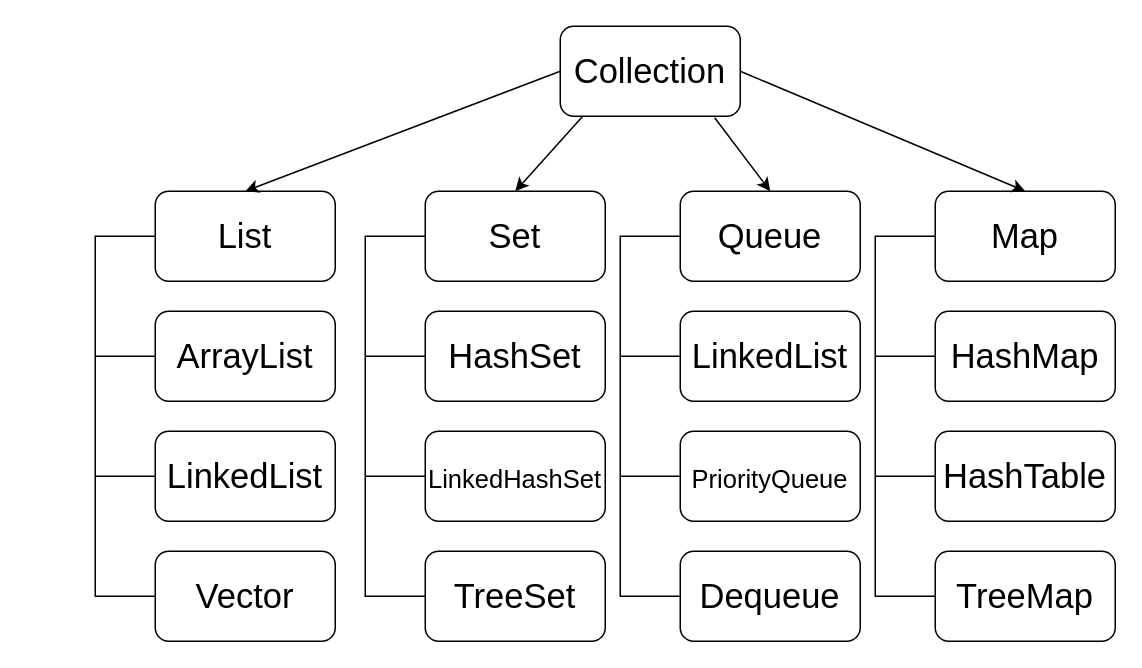
Above: InterfaceCollection.drawio in p000059/Diagrams (draw.io), before the change. Source tidied: cells renumbered, new cells numbered last; positions are measured from the earlier drawing's top-left corner, leaving out a move shared by most shapes. Both pictures are drawn from the tidied source at 150%, with x=0, y=0 at pixel (94, 26).
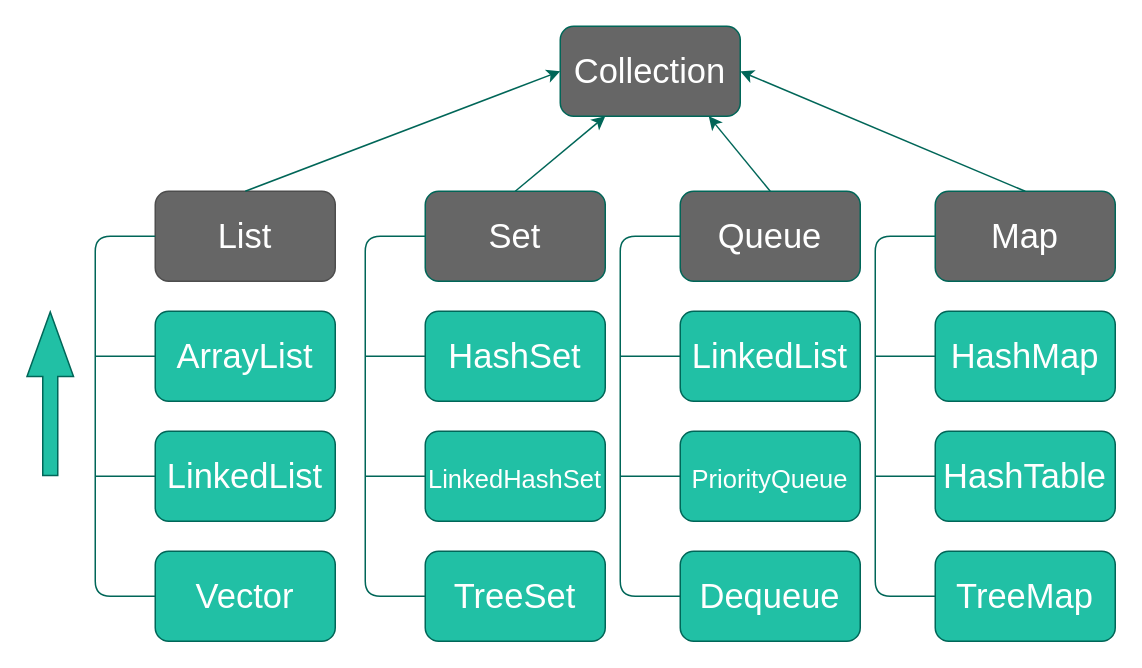
Above is the later version.

What changed in the source:
```diff
@@
-    <mxCell id="2" value="&lt;font style=&quot;font-size: 23px;&quot;&gt;Collection&lt;/font&gt;" style="rounded=1;whiteSpace=wrap;html=1;" parent="1" vertex="1">
+    <mxCell id="2" value="&lt;font color=&quot;#ffffff&quot; style=&quot;font-size: 23px;&quot;&gt;Collection&lt;/font&gt;" style="rounded=1;whiteSpace=wrap;html=1;fillColor=#666666;strokeColor=#006658;fontColor=#5C5C5C;" parent="1" vertex="1">
       <mxGeometry x="310" width="120" height="60" as="geometry" />
     </mxCell>
-    <mxCell id="3" value="List" style="rounded=1;whiteSpace=wrap;html=1;fontSize=23;" parent="1" vertex="1">
+    <mxCell id="3" value="&lt;font color=&quot;#ffffff&quot;&gt;List&lt;/font&gt;" style="rounded=1;whiteSpace=wrap;html=1;fontSize=23;fillColor=#666666;strokeColor=#4D4D4D;fontColor=#5C5C5C;" parent="1" vertex="1">
       <mxGeometry x="40" y="110" width="120" height="60" as="geometry" />
     </mxCell>
-    <mxCell id="4" value="Set" style="rounded=1;whiteSpace=wrap;html=1;fontSize=23;" parent="1" vertex="1">
+    <mxCell id="4" value="&lt;font color=&quot;#ffffff&quot;&gt;Set&lt;/font&gt;" style="rounded=1;whiteSpace=wrap;html=1;fontSize=23;fillColor=#666666;strokeColor=#006658;fontColor=#5C5C5C;" parent="1" vertex="1">
       <mxGeometry x="220" y="110" width="120" height="60" as="geometry" />
     </mxCell>
-    <mxCell id="5" value="Queue" style="rounded=1;whiteSpace=wrap;html=1;fontSize=23;" parent="1" vertex="1">
+    <mxCell id="5" value="&lt;font color=&quot;#ffffff&quot;&gt;Queue&lt;/font&gt;" style="rounded=1;whiteSpace=wrap;html=1;fontSize=23;fillColor=#666666;strokeColor=#006658;fontColor=#5C5C5C;" parent="1" vertex="1">
       <mxGeometry x="390" y="110" width="120" height="60" as="geometry" />
     </mxCell>
-    <mxCell id="6" value="Map" style="rounded=1;whiteSpace=wrap;html=1;fontSize=23;" parent="1" vertex="1">
+    <mxCell id="6" value="&lt;font color=&quot;#ffffff&quot;&gt;Map&lt;/font&gt;" style="rounded=1;whiteSpace=wrap;html=1;fontSize=23;fillColor=#666666;strokeColor=#006658;fontColor=#5C5C5C;" parent="1" vertex="1">
       <mxGeometry x="560" y="110" width="120" height="60" as="geometry" />
     </mxCell>
-    <mxCell id="7" style="endArrow=classic;html=1;rounded=0;fontSize=23;exitX=0;exitY=0.5;exitDx=0;exitDy=0;entryX=0.5;entryY=0;entryDx=0;entryDy=0;" parent="1" edge="1" source="2" target="3">
+    <mxCell id="7" style="endArrow=classic;html=1;rounded=1;fontSize=23;entryX=0;entryY=0.5;entryDx=0;entryDy=0;strokeColor=#006658;fontColor=#5C5C5C;exitX=0.5;exitY=0;exitDx=0;exitDy=0;" parent="1" edge="1" source="3" target="2">
       <mxGeometry relative="1" as="geometry" />
     </mxCell>
-    <mxCell id="8" style="endArrow=classic;html=1;rounded=0;fontSize=23;exitX=0.125;exitY=1;exitDx=0;exitDy=0;exitPerimeter=0;entryX=0.5;entryY=0;entryDx=0;entryDy=0;" parent="1" edge="1" source="2" target="4">
+    <mxCell id="8" style="endArrow=classic;html=1;rounded=1;fontSize=23;entryX=0.25;entryY=1;entryDx=0;entryDy=0;strokeColor=#006658;fontColor=#5C5C5C;exitX=0.5;exitY=0;exitDx=0;exitDy=0;" parent="1" edge="1" source="4" target="2">
       <mxGeometry relative="1" as="geometry" />
     </mxCell>
-    <mxCell id="9" style="endArrow=classic;html=1;rounded=0;fontSize=23;exitX=0.858;exitY=1.017;exitDx=0;exitDy=0;entryX=0.5;entryY=0;entryDx=0;entryDy=0;exitPerimeter=0;" parent="1" edge="1" source="2" target="5">
+    <mxCell id="9" style="endArrow=classic;html=1;rounded=1;fontSize=23;entryX=0.825;entryY=1;entryDx=0;entryDy=0;strokeColor=#006658;fontColor=#5C5C5C;entryPerimeter=0;exitX=0.5;exitY=0;exitDx=0;exitDy=0;" parent="1" edge="1" source="5" target="2">
       <mxGeometry relative="1" as="geometry" />
     </mxCell>
-    <mxCell id="10" style="endArrow=classic;html=1;rounded=0;fontSize=23;exitX=1;exitY=0.5;exitDx=0;exitDy=0;entryX=0.5;entryY=0;entryDx=0;entryDy=0;" parent="1" edge="1" source="2" target="6">
+    <mxCell id="10" style="endArrow=classic;html=1;rounded=1;fontSize=23;entryX=1;entryY=0.5;entryDx=0;entryDy=0;strokeColor=#006658;fontColor=#5C5C5C;exitX=0.5;exitY=0;exitDx=0;exitDy=0;" parent="1" edge="1" source="6" target="2">
       <mxGeometry relative="1" as="geometry" />
     </mxCell>
-    <mxCell id="11" value="ArrayList" style="rounded=1;whiteSpace=wrap;html=1;fontSize=23;" parent="1" vertex="1">
+    <mxCell id="11" value="&lt;font color=&quot;#ffffff&quot;&gt;ArrayList&lt;/font&gt;" style="rounded=1;whiteSpace=wrap;html=1;fontSize=23;fillColor=#21C0A5;strokeColor=#006658;fontColor=#5C5C5C;" parent="1" vertex="1">
       <mxGeometry x="40" y="190" width="120" height="60" as="geometry" />
     </mxCell>
-    <mxCell id="12" value="LinkedList" style="rounded=1;whiteSpace=wrap;html=1;fontSize=23;" parent="1" vertex="1">
+    <mxCell id="12" value="&lt;font color=&quot;#ffffff&quot;&gt;LinkedList&lt;/font&gt;" style="rounded=1;whiteSpace=wrap;html=1;fontSize=23;fillColor=#21C0A5;strokeColor=#006658;fontColor=#5C5C5C;" parent="1" vertex="1">
       <mxGeometry x="40" y="270" width="120" height="60" as="geometry" />
     </mxCell>
-    <mxCell id="13" value="Vector" style="rounded=1;whiteSpace=wrap;html=1;fontSize=23;" parent="1" vertex="1">
+    <mxCell id="13" value="&lt;font color=&quot;#ffffff&quot;&gt;Vector&lt;/font&gt;" style="rounded=1;whiteSpace=wrap;html=1;fontSize=23;fillColor=#21C0A5;strokeColor=#006658;fontColor=#5C5C5C;" parent="1" vertex="1">
       <mxGeometry x="40" y="350" width="120" height="60" as="geometry" />
     </mxCell>
-    <mxCell id="14" style="edgeStyle=orthogonalEdgeStyle;startArrow=none;endArrow=none;rounded=0;targetPortConstraint=eastwest;sourcePortConstraint=northsouth;fontSize=23;" parent="1" edge="1" target="13">
+    <mxCell id="14" style="edgeStyle=orthogonalEdgeStyle;startArrow=none;endArrow=none;rounded=1;targetPortConstraint=eastwest;sourcePortConstraint=northsouth;fontSize=23;strokeColor=#006658;fontColor=#5C5C5C;" parent="1" edge="1" target="13">
       <mxGeometry relative="1" as="geometry">
         <mxPoint x="40" y="140" as="sourcePoint" />
         <Array as="points">
           <mxPoint y="140" />
           <mxPoint y="380" />
         </Array>
       </mxGeometry>
     </mxCell>
-    <mxCell id="15" style="endArrow=none;html=1;rounded=0;fontSize=23;exitX=0;exitY=0.5;exitDx=0;exitDy=0;" parent="1" edge="1" source="11">
+    <mxCell id="15" style="endArrow=none;html=1;rounded=1;fontSize=23;exitX=0;exitY=0.5;exitDx=0;exitDy=0;strokeColor=#006658;fontColor=#5C5C5C;" parent="1" edge="1" source="11">
       <mxGeometry relative="1" as="geometry">
         <mxPoint y="220" as="targetPoint" />
       </mxGeometry>
     </mxCell>
-    <mxCell id="16" style="endArrow=none;html=1;rounded=0;fontSize=23;exitX=0;exitY=0.5;exitDx=0;exitDy=0;" parent="1" edge="1" source="12">
+    <mxCell id="16" style="endArrow=none;html=1;rounded=1;fontSize=23;exitX=0;exitY=0.5;exitDx=0;exitDy=0;strokeColor=#006658;fontColor=#5C5C5C;" parent="1" edge="1" source="12">
       <mxGeometry relative="1" as="geometry">
         <mxPoint y="300" as="targetPoint" />
       </mxGeometry>
     </mxCell>
-    <mxCell id="17" value="HashSet" style="rounded=1;whiteSpace=wrap;html=1;fontSize=23;" parent="1" vertex="1">
+    <mxCell id="17" value="&lt;font color=&quot;#ffffff&quot;&gt;HashSet&lt;/font&gt;" style="rounded=1;whiteSpace=wrap;html=1;fontSize=23;fillColor=#21C0A5;strokeColor=#006658;fontColor=#5C5C5C;" parent="1" vertex="1">
       <mxGeometry x="220" y="190" width="120" height="60" as="geometry" />
     </mxCell>
-    <mxCell id="18" value="&lt;font style=&quot;font-size: 17px;&quot;&gt;LinkedHashSet&lt;/font&gt;" style="rounded=1;whiteSpace=wrap;html=1;fontSize=23;" parent="1" vertex="1">
+    <mxCell id="18" value="&lt;font color=&quot;#ffffff&quot; style=&quot;font-size: 17px;&quot;&gt;LinkedHashSet&lt;/font&gt;" style="rounded=1;whiteSpace=wrap;html=1;fontSize=23;fillColor=#21C0A5;strokeColor=#006658;fontColor=#5C5C5C;" parent="1" vertex="1">
       <mxGeometry x="220" y="270" width="120" height="60" as="geometry" />
     </mxCell>
-    <mxCell id="19" value="&lt;font style=&quot;font-size: 23px;&quot;&gt;TreeSet&lt;/font&gt;" style="rounded=1;whiteSpace=wrap;html=1;fontSize=17;" parent="1" vertex="1">
+    <mxCell id="19" value="&lt;font color=&quot;#ffffff&quot; style=&quot;font-size: 23px;&quot;&gt;TreeSet&lt;/font&gt;" style="rounded=1;whiteSpace=wrap;html=1;fontSize=17;fillColor=#21C0A5;strokeColor=#006658;fontColor=#5C5C5C;" parent="1" vertex="1">
       <mxGeometry x="220" y="350" width="120" height="60" as="geometry" />
     </mxCell>
-    <mxCell id="20" style="edgeStyle=orthogonalEdgeStyle;startArrow=none;endArrow=none;rounded=0;targetPortConstraint=eastwest;sourcePortConstraint=northsouth;fontSize=23;" parent="1" edge="1">
+    <mxCell id="20" style="edgeStyle=orthogonalEdgeStyle;startArrow=none;endArrow=none;rounded=1;targetPortConstraint=eastwest;sourcePortConstraint=northsouth;fontSize=23;strokeColor=#006658;fontColor=#5C5C5C;" parent="1" edge="1">
       <mxGeometry relative="1" as="geometry">
         <mxPoint x="220" y="140" as="sourcePoint" />
         <mxPoint x="220" y="380" as="targetPoint" />
         <Array as="points">
           <mxPoint x="180" y="140" />
           <mxPoint x="180" y="380" />
         </Array>
       </mxGeometry>
     </mxCell>
-    <mxCell id="21" style="endArrow=none;html=1;rounded=0;fontSize=23;entryX=0;entryY=0.5;entryDx=0;entryDy=0;" parent="1" edge="1" target="18">
+    <mxCell id="21" style="endArrow=none;html=1;rounded=1;fontSize=23;entryX=0;entryY=0.5;entryDx=0;entryDy=0;strokeColor=#006658;fontColor=#5C5C5C;" parent="1" edge="1" target="18">
       <mxGeometry relative="1" as="geometry">
         <mxPoint x="180" y="300" as="sourcePoint" />
       </mxGeometry>
     </mxCell>
-    <mxCell id="22" style="endArrow=none;html=1;rounded=0;fontSize=23;exitX=0;exitY=0.5;exitDx=0;exitDy=0;" parent="1" edge="1" source="17">
+    <mxCell id="22" style="endArrow=none;html=1;rounded=1;fontSize=23;exitX=0;exitY=0.5;exitDx=0;exitDy=0;strokeColor=#006658;fontColor=#5C5C5C;" parent="1" edge="1" source="17">
       <mxGeometry relative="1" as="geometry">
         <mxPoint x="180" y="220" as="targetPoint" />
       </mxGeometry>
     </mxCell>
-    <mxCell id="23" value="LinkedList" style="rounded=1;whiteSpace=wrap;html=1;fontSize=23;" parent="1" vertex="1">
+    <mxCell id="23" value="&lt;font color=&quot;#ffffff&quot;&gt;LinkedList&lt;/font&gt;" style="rounded=1;whiteSpace=wrap;html=1;fontSize=23;fillColor=#21C0A5;strokeColor=#006658;fontColor=#5C5C5C;" parent="1" vertex="1">
       <mxGeometry x="390" y="190" width="120" height="60" as="geometry" />
     </mxCell>
-    <mxCell id="24" value="&lt;font style=&quot;font-size: 17px;&quot;&gt;PriorityQueue&lt;/font&gt;" style="rounded=1;whiteSpace=wrap;html=1;fontSize=23;" parent="1" vertex="1">
+    <mxCell id="24" value="&lt;font color=&quot;#ffffff&quot; style=&quot;font-size: 17px;&quot;&gt;PriorityQueue&lt;/font&gt;" style="rounded=1;whiteSpace=wrap;html=1;fontSize=23;fillColor=#21C0A5;strokeColor=#006658;fontColor=#5C5C5C;" parent="1" vertex="1">
       <mxGeometry x="390" y="270" width="120" height="60" as="geometry" />
     </mxCell>
-    <mxCell id="25" value="&lt;font style=&quot;font-size: 23px;&quot;&gt;Dequeue&lt;/font&gt;" style="rounded=1;whiteSpace=wrap;html=1;fontSize=17;" parent="1" vertex="1">
+    <mxCell id="25" value="&lt;font color=&quot;#ffffff&quot; style=&quot;font-size: 23px;&quot;&gt;Dequeue&lt;/font&gt;" style="rounded=1;whiteSpace=wrap;html=1;fontSize=17;fillColor=#21C0A5;strokeColor=#006658;fontColor=#5C5C5C;" parent="1" vertex="1">
       <mxGeometry x="390" y="350" width="120" height="60" as="geometry" />
     </mxCell>
-    <mxCell id="26" style="edgeStyle=orthogonalEdgeStyle;startArrow=none;endArrow=none;rounded=0;targetPortConstraint=eastwest;sourcePortConstraint=northsouth;fontSize=23;" parent="1" edge="1">
+    <mxCell id="26" style="edgeStyle=orthogonalEdgeStyle;startArrow=none;endArrow=none;rounded=1;targetPortConstraint=eastwest;sourcePortConstraint=northsouth;fontSize=23;strokeColor=#006658;fontColor=#5C5C5C;" parent="1" edge="1">
       <mxGeometry relative="1" as="geometry">
         <mxPoint x="390" y="140" as="sourcePoint" />
         <mxPoint x="390" y="380" as="targetPoint" />
         <Array as="points">
           <mxPoint x="350" y="140" />
           <mxPoint x="350" y="380" />
         </Array>
       </mxGeometry>
     </mxCell>
-    <mxCell id="27" style="endArrow=none;html=1;rounded=0;fontSize=23;entryX=0;entryY=0.5;entryDx=0;entryDy=0;" parent="1" edge="1" target="24">
+    <mxCell id="27" style="endArrow=none;html=1;rounded=1;fontSize=23;entryX=0;entryY=0.5;entryDx=0;entryDy=0;strokeColor=#006658;fontColor=#5C5C5C;" parent="1" edge="1" target="24">
       <mxGeometry relative="1" as="geometry">
         <mxPoint x="350" y="300" as="sourcePoint" />
       </mxGeometry>
     </mxCell>
-    <mxCell id="28" style="endArrow=none;html=1;rounded=0;fontSize=23;exitX=0;exitY=0.5;exitDx=0;exitDy=0;" parent="1" edge="1" source="23">
+    <mxCell id="28" style="endArrow=none;html=1;rounded=1;fontSize=23;exitX=0;exitY=0.5;exitDx=0;exitDy=0;strokeColor=#006658;fontColor=#5C5C5C;" parent="1" edge="1" source="23">
       <mxGeometry relative="1" as="geometry">
         <mxPoint x="350" y="220" as="targetPoint" />
       </mxGeometry>
     </mxCell>
-    <mxCell id="29" value="HashMap" style="rounded=1;whiteSpace=wrap;html=1;fontSize=23;" parent="1" vertex="1">
+    <mxCell id="29" value="&lt;font color=&quot;#ffffff&quot;&gt;HashMap&lt;/font&gt;" style="rounded=1;whiteSpace=wrap;html=1;fontSize=23;fillColor=#21C0A5;strokeColor=#006658;fontColor=#5C5C5C;" parent="1" vertex="1">
       <mxGeometry x="560" y="190" width="120" height="60" as="geometry" />
     </mxCell>
-    <mxCell id="30" value="&lt;font style=&quot;font-size: 23px;&quot;&gt;HashTable&lt;/font&gt;" style="rounded=1;whiteSpace=wrap;html=1;fontSize=23;" parent="1" vertex="1">
+    <mxCell id="30" value="&lt;font color=&quot;#ffffff&quot; style=&quot;font-size: 23px;&quot;&gt;HashTable&lt;/font&gt;" style="rounded=1;whiteSpace=wrap;html=1;fontSize=23;fillColor=#21C0A5;strokeColor=#006658;fontColor=#5C5C5C;" parent="1" vertex="1">
       <mxGeometry x="560" y="270" width="120" height="60" as="geometry" />
     </mxCell>
-    <mxCell id="31" value="&lt;font style=&quot;font-size: 23px;&quot;&gt;TreeMap&lt;/font&gt;" style="rounded=1;whiteSpace=wrap;html=1;fontSize=17;" parent="1" vertex="1">
+    <mxCell id="31" value="&lt;font color=&quot;#ffffff&quot; style=&quot;font-size: 23px;&quot;&gt;TreeMap&lt;/font&gt;" style="rounded=1;whiteSpace=wrap;html=1;fontSize=17;fillColor=#21C0A5;strokeColor=#006658;fontColor=#5C5C5C;" parent="1" vertex="1">
       <mxGeometry x="560" y="350" width="120" height="60" as="geometry" />
     </mxCell>
-    <mxCell id="32" style="edgeStyle=orthogonalEdgeStyle;startArrow=none;endArrow=none;rounded=0;targetPortConstraint=eastwest;sourcePortConstraint=northsouth;fontSize=23;" parent="1" edge="1">
+    <mxCell id="32" style="edgeStyle=orthogonalEdgeStyle;startArrow=none;endArrow=none;rounded=1;targetPortConstraint=eastwest;sourcePortConstraint=northsouth;fontSize=23;strokeColor=#006658;fontColor=#5C5C5C;" parent="1" edge="1">
       <mxGeometry relative="1" as="geometry">
         <mxPoint x="560" y="140" as="sourcePoint" />
         <mxPoint x="560" y="380" as="targetPoint" />
         <Array as="points">
           <mxPoint x="520" y="140" />
           <mxPoint x="520" y="380" />
         </Array>
       </mxGeometry>
     </mxCell>
-    <mxCell id="33" style="endArrow=none;html=1;rounded=0;fontSize=23;entryX=0;entryY=0.5;entryDx=0;entryDy=0;" parent="1" edge="1" target="30">
+    <mxCell id="33" style="endArrow=none;html=1;rounded=1;fontSize=23;entryX=0;entryY=0.5;entryDx=0;entryDy=0;strokeColor=#006658;fontColor=#5C5C5C;" parent="1" edge="1" target="30">
       <mxGeometry relative="1" as="geometry">
         <mxPoint x="520" y="300" as="sourcePoint" />
       </mxGeometry>
     </mxCell>
-    <mxCell id="34" style="endArrow=none;html=1;rounded=0;fontSize=23;exitX=0;exitY=0.5;exitDx=0;exitDy=0;" parent="1" edge="1" source="29">
+    <mxCell id="34" style="endArrow=none;html=1;rounded=1;fontSize=23;exitX=0;exitY=0.5;exitDx=0;exitDy=0;strokeColor=#006658;fontColor=#5C5C5C;" parent="1" edge="1" source="29">
       <mxGeometry relative="1" as="geometry">
         <mxPoint x="520" y="220" as="targetPoint" />
       </mxGeometry>
     </mxCell>
+    <mxCell id="35" style="shape=flexArrow;endArrow=classic;html=1;rounded=0;strokeColor=#006658;fontSize=12;fontColor=#5C5C5C;startSize=14;endSize=14;fillColor=#21C0A5;curved=1;" parent="1" edge="1">
+      <mxGeometry relative="1" as="geometry">
+        <mxPoint x="-30" y="300" as="sourcePoint" />
+        <mxPoint x="-30" y="190" as="targetPoint" />
+      </mxGeometry>
+    </mxCell>
```
